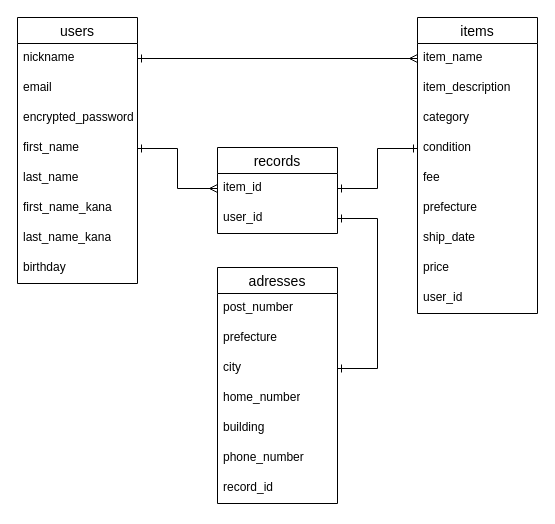
The draw.io diagram er.dio in haru-mq/furima-42193, before the edit. Source tidied: cells renumbered, new cells numbered last; positions are measured from the earlier drawing's top-left corner, leaving out a move shared by most shapes. Both pictures are drawn from the tidied source at 100%, with x=0, y=0 at pixel (17, 17).
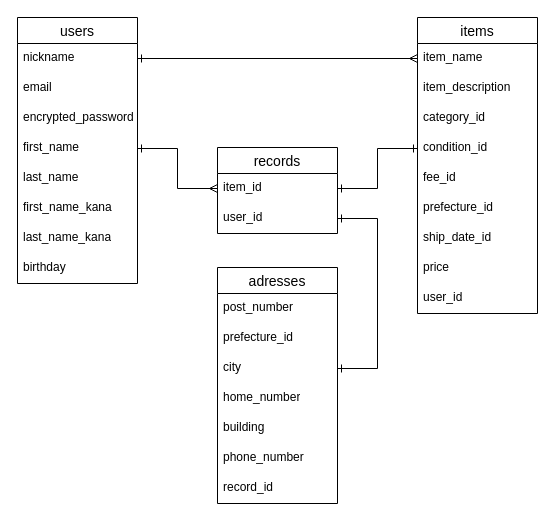
After the change.

Commit message:
database_design #4

The change refers to these unchanged cells:
```xml
<mxCell id="11" value="items" style="swimlane;fontStyle=0;horizontal=1;startSize=26;align=center;fontSize=14;" parent="1" vertex="1">
  <mxGeometry x="400" width="120" height="296" as="geometry" />
</mxCell>
<mxCell id="24" value="adresses" style="swimlane;fontStyle=0;horizontal=1;startSize=26;align=center;fontSize=14;" parent="1" vertex="1">
  <mxGeometry x="200" y="250" width="120" height="236" as="geometry" />
</mxCell>
```

The edit, as a diff of the source:
```diff
@@
-    <mxCell id="14" value="category" style="text;strokeColor=none;fillColor=none;spacingLeft=4;spacingRight=4;overflow=hidden;fontSize=12;whiteSpace=wrap;html=1;" parent="11" vertex="1">
+    <mxCell id="14" value="category_id" style="text;strokeColor=none;fillColor=none;spacingLeft=4;spacingRight=4;overflow=hidden;fontSize=12;whiteSpace=wrap;html=1;" parent="11" vertex="1">
       <mxGeometry y="86" width="120" height="30" as="geometry" />
     </mxCell>
-    <mxCell id="15" value="condition" style="text;strokeColor=none;fillColor=none;spacingLeft=4;spacingRight=4;overflow=hidden;points=[[0,0.5],[1,0.5]];portConstraint=eastwest;fontSize=12;whiteSpace=wrap;html=1;" parent="11" vertex="1">
+    <mxCell id="15" value="condition_id" style="text;strokeColor=none;fillColor=none;spacingLeft=4;spacingRight=4;overflow=hidden;points=[[0,0.5],[1,0.5]];portConstraint=eastwest;fontSize=12;whiteSpace=wrap;html=1;" parent="11" vertex="1">
       <mxGeometry y="116" width="120" height="30" as="geometry" />
     </mxCell>
-    <mxCell id="16" value="fee" style="text;strokeColor=none;fillColor=none;spacingLeft=4;spacingRight=4;overflow=hidden;fontSize=12;whiteSpace=wrap;html=1;" parent="11" vertex="1">
+    <mxCell id="16" value="fee_id" style="text;strokeColor=none;fillColor=none;spacingLeft=4;spacingRight=4;overflow=hidden;fontSize=12;whiteSpace=wrap;html=1;" parent="11" vertex="1">
       <mxGeometry y="146" width="120" height="30" as="geometry" />
     </mxCell>
-    <mxCell id="17" value="prefecture" style="text;strokeColor=none;fillColor=none;spacingLeft=4;spacingRight=4;overflow=hidden;fontSize=12;whiteSpace=wrap;html=1;" parent="11" vertex="1">
+    <mxCell id="17" value="prefecture_id" style="text;strokeColor=none;fillColor=none;spacingLeft=4;spacingRight=4;overflow=hidden;fontSize=12;whiteSpace=wrap;html=1;" parent="11" vertex="1">
       <mxGeometry y="176" width="120" height="30" as="geometry" />
     </mxCell>
-    <mxCell id="18" value="ship_date" style="text;strokeColor=none;fillColor=none;spacingLeft=4;spacingRight=4;overflow=hidden;fontSize=12;whiteSpace=wrap;html=1;" parent="11" vertex="1">
+    <mxCell id="18" value="ship_date_id" style="text;strokeColor=none;fillColor=none;spacingLeft=4;spacingRight=4;overflow=hidden;fontSize=12;whiteSpace=wrap;html=1;" parent="11" vertex="1">
       <mxGeometry y="206" width="120" height="30" as="geometry" />
     </mxCell>
@@
-    <mxCell id="26" value="prefecture" style="text;strokeColor=none;fillColor=none;spacingLeft=4;spacingRight=4;overflow=hidden;fontSize=12;whiteSpace=wrap;html=1;" parent="24" vertex="1">
+    <mxCell id="26" value="prefecture_id" style="text;strokeColor=none;fillColor=none;spacingLeft=4;spacingRight=4;overflow=hidden;fontSize=12;whiteSpace=wrap;html=1;" parent="24" vertex="1">
       <mxGeometry y="56" width="120" height="30" as="geometry" />
     </mxCell>
```
